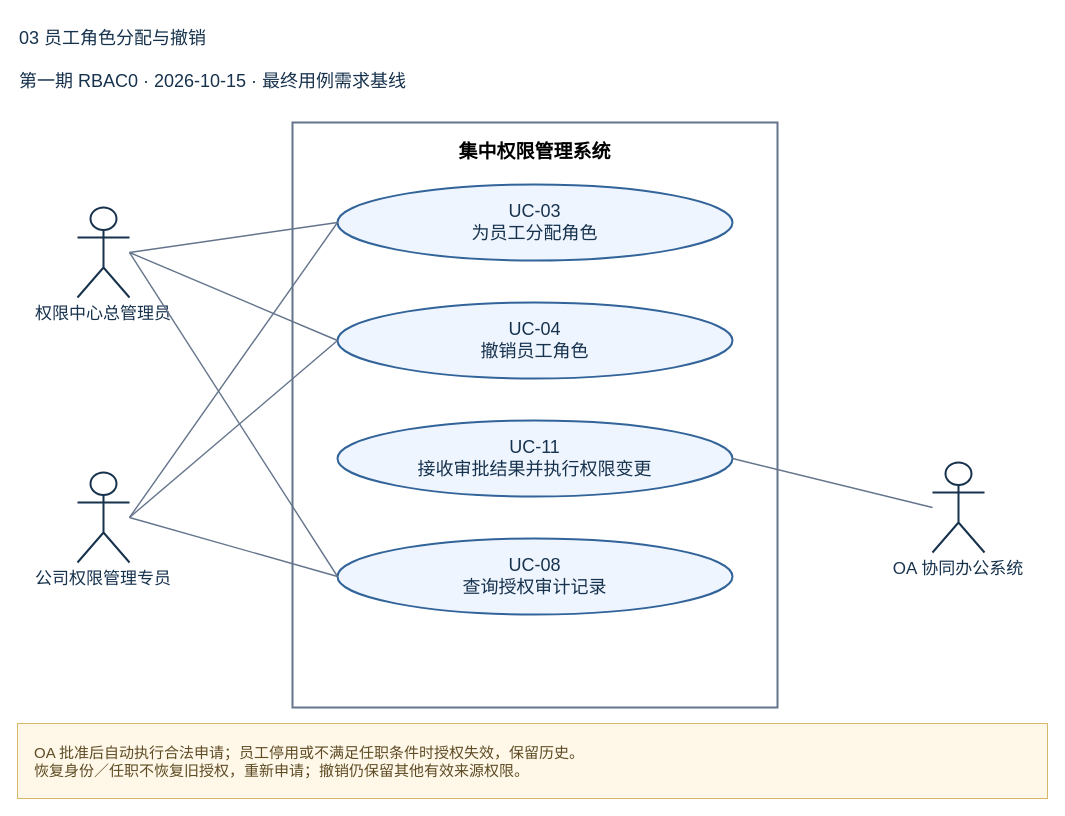
This is page "03 员工角色分配与撤销" (2 of 2) of docs/按用例分类/UC-04_撤销员工角色/相关用例图.drawio from Noah-hope/RBAC-admin, a draw.io file, before an edit. Source tidied: cells renumbered, new cells numbered last; positions are measured from the earlier drawing's top-left corner, leaving out a move shared by most shapes. Both pictures are drawn from the tidied source at 100%, with x=0, y=0 at pixel (17, 17).
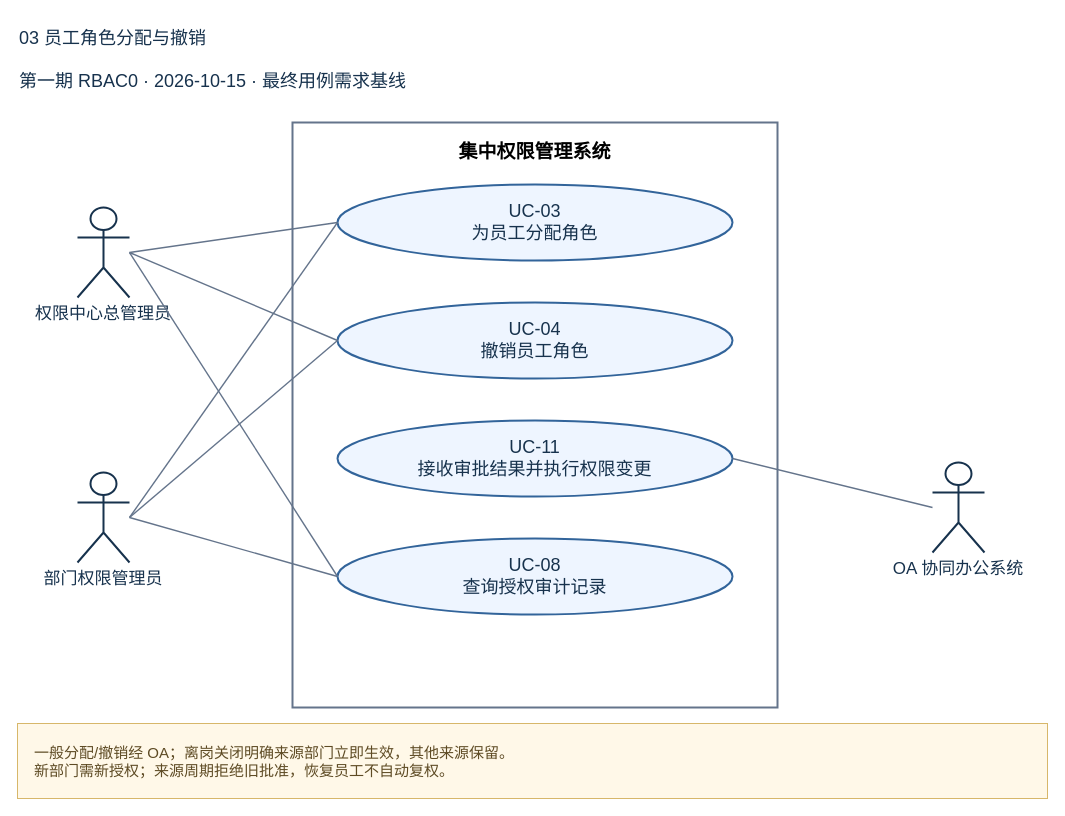
Above is the later version.

Change to the diagram source:
```diff
@@
 <mxGraphModel>
   <root>
     <mxCell id="0" />
     <mxCell id="1" parent="0" />
     <mxCell id="2" value="03 员工角色分配与撤销" style="text;html=0;align=left;verticalAlign=middle;whiteSpace=wrap;strokeColor=none;fillColor=none;fontSize=18;fontColor=#17324d;" parent="1" vertex="1">
       <mxGeometry width="1030" height="42" as="geometry" />
     </mxCell>
     <mxCell id="3" value="第一期 RBAC0 · 2026-10-15 · 最终用例需求基线" style="text;html=0;align=left;verticalAlign=middle;whiteSpace=wrap;strokeColor=none;fillColor=none;fontSize=18;fontColor=#17324d;" parent="1" vertex="1">
       <mxGeometry y="47" width="1030" height="34" as="geometry" />
     </mxCell>
     <mxCell id="4" value="集中权限管理系统" style="rounded=0;html=0;whiteSpace=wrap;fillColor=#ffffff;strokeColor=#64748b;strokeWidth=2;verticalAlign=top;align=center;spacingTop=12;fontStyle=1;fontSize=19;" parent="1" vertex="1">
       <mxGeometry x="275" y="105" width="485" height="585" as="geometry" />
     </mxCell>
     <mxCell id="5" value="UC-03&#10;为员工分配角色" style="ellipse;html=0;whiteSpace=wrap;fillColor=#eef5ff;strokeColor=#32649a;strokeWidth=2;fontSize=18;fontColor=#17324d;" parent="1" vertex="1">
       <mxGeometry x="320" y="167" width="395" height="76" as="geometry" />
     </mxCell>
     <mxCell id="6" value="UC-04&#10;撤销员工角色" style="ellipse;html=0;whiteSpace=wrap;fillColor=#eef5ff;strokeColor=#32649a;strokeWidth=2;fontSize=18;fontColor=#17324d;" parent="1" vertex="1">
       <mxGeometry x="320" y="285" width="395" height="76" as="geometry" />
     </mxCell>
     <mxCell id="7" value="UC-11&#10;接收审批结果并执行权限变更" style="ellipse;html=0;whiteSpace=wrap;fillColor=#eef5ff;strokeColor=#32649a;strokeWidth=2;fontSize=18;fontColor=#17324d;" parent="1" vertex="1">
       <mxGeometry x="320" y="403" width="395" height="76" as="geometry" />
     </mxCell>
     <mxCell id="8" value="UC-08&#10;查询授权审计记录" style="ellipse;html=0;whiteSpace=wrap;fillColor=#eef5ff;strokeColor=#32649a;strokeWidth=2;fontSize=18;fontColor=#17324d;" parent="1" vertex="1">
       <mxGeometry x="320" y="521" width="395" height="76" as="geometry" />
     </mxCell>
     <mxCell id="9" value="权限中心总管理员" style="shape=umlActor;html=0;verticalLabelPosition=bottom;verticalAlign=top;align=center;fillColor=#ffffff;strokeColor=#17324d;strokeWidth=2;fontSize=17;fontColor=#17324d;whiteSpace=wrap;labelWidth=190;" parent="1" vertex="1">
       <mxGeometry x="60" y="190" width="52" height="90" as="geometry" />
     </mxCell>
-    <mxCell id="10" value="公司权限管理专员" style="shape=umlActor;html=0;verticalLabelPosition=bottom;verticalAlign=top;align=center;fillColor=#ffffff;strokeColor=light-dark(#17324D,#FF0000);strokeWidth=2;fontSize=17;fontColor=#17324d;whiteSpace=wrap;labelWidth=190;" parent="1" vertex="1">
+    <mxCell id="10" value="部门权限管理员" style="shape=umlActor;html=0;verticalLabelPosition=bottom;verticalAlign=top;align=center;fillColor=#ffffff;strokeColor=light-dark(#17324D,#FF0000);strokeWidth=2;fontSize=17;fontColor=#17324d;whiteSpace=wrap;labelWidth=190;" parent="1" vertex="1">
       <mxGeometry x="60" y="455" width="52" height="90" as="geometry" />
     </mxCell>
     <mxCell id="11" value="OA 协同办公系统" style="shape=umlActor;html=0;verticalLabelPosition=bottom;verticalAlign=top;align=center;fillColor=#ffffff;strokeColor=#17324d;strokeWidth=2;fontSize=17;fontColor=#17324d;whiteSpace=wrap;labelWidth=190;" parent="1" vertex="1">
       <mxGeometry x="915" y="445" width="52" height="90" as="geometry" />
     </mxCell>
-    <mxCell id="12" value="OA 批准后自动执行合法申请；员工停用或不满足任职条件时授权失效，保留历史。&#10;恢复身份／任职不恢复旧授权，重新申请；撤销仍保留其他有效来源权限。" style="rounded=0;html=0;whiteSpace=wrap;align=left;spacingLeft=15;fillColor=#fff8e8;strokeColor=#d7b76a;fontColor=#5e4b24;fontSize=15;" parent="1" vertex="1">
+    <mxCell id="12" value="一般分配/撤销经 OA；离岗关闭明确来源部门立即生效，其他来源保留。&#10;新部门需新授权；来源周期拒绝旧批准，恢复员工不自动复权。" style="rounded=0;html=0;whiteSpace=wrap;align=left;spacingLeft=15;fillColor=#fff8e8;strokeColor=#d7b76a;fontColor=#5e4b24;fontSize=15;" parent="1" vertex="1">
       <mxGeometry y="706" width="1030" height="75" as="geometry" />
     </mxCell>
     <mxCell id="13" style="html=0;endArrow=none;startArrow=none;strokeColor=#64748b;strokeWidth=1.4;edgeStyle=none;noEdgeStyle=1;curved=0;rounded=0;exitX=1;exitY=0.5;entryX=0;entryY=0.5;exitPerimeter=0;entryPerimeter=0;" parent="1" edge="1" source="9" target="5">
       <mxGeometry relative="1" as="geometry" />
     </mxCell>
     <mxCell id="14" style="html=0;endArrow=none;startArrow=none;strokeColor=#64748b;strokeWidth=1.4;edgeStyle=none;noEdgeStyle=1;curved=0;rounded=0;exitX=1;exitY=0.5;entryX=0;entryY=0.5;exitPerimeter=0;entryPerimeter=0;" parent="1" edge="1" source="9" target="6">
       <mxGeometry relative="1" as="geometry" />
     </mxCell>
     <mxCell id="15" style="html=0;endArrow=none;startArrow=none;strokeColor=#64748b;strokeWidth=1.4;edgeStyle=none;noEdgeStyle=1;curved=0;rounded=0;exitX=1;exitY=0.5;entryX=0;entryY=0.5;exitPerimeter=0;entryPerimeter=0;" parent="1" edge="1" source="9" target="8">
       <mxGeometry relative="1" as="geometry" />
     </mxCell>
     <mxCell id="16" style="html=0;endArrow=none;startArrow=none;strokeColor=light-dark(#64748B,#FF0000);strokeWidth=1.4;edgeStyle=none;noEdgeStyle=1;curved=0;rounded=0;exitX=1;exitY=0.5;entryX=0;entryY=0.5;exitPerimeter=0;entryPerimeter=0;" parent="1" edge="1" source="10" target="5">
       <mxGeometry relative="1" as="geometry" />
     </mxCell>
     <mxCell id="17" style="html=0;endArrow=none;startArrow=none;strokeColor=light-dark(#64748B,#FF0000);strokeWidth=1.4;edgeStyle=none;noEdgeStyle=1;curved=0;rounded=0;exitX=1;exitY=0.5;entryX=0;entryY=0.5;exitPerimeter=0;entryPerimeter=0;" parent="1" edge="1" source="10" target="6">
       <mxGeometry relative="1" as="geometry" />
     </mxCell>
     <mxCell id="18" style="html=0;endArrow=none;startArrow=none;strokeColor=light-dark(#64748B,#FF0000);strokeWidth=1.4;edgeStyle=none;noEdgeStyle=1;curved=0;rounded=0;exitX=1;exitY=0.5;entryX=0;entryY=0.5;exitPerimeter=0;entryPerimeter=0;" parent="1" edge="1" source="10" target="8">
       <mxGeometry relative="1" as="geometry" />
     </mxCell>
     <mxCell id="19" style="html=0;endArrow=none;startArrow=none;strokeColor=#64748b;strokeWidth=1.4;edgeStyle=none;noEdgeStyle=1;curved=0;rounded=0;exitX=0;exitY=0.5;entryX=1;entryY=0.5;exitPerimeter=0;entryPerimeter=0;" parent="1" edge="1" source="11" target="7">
       <mxGeometry relative="1" as="geometry" />
     </mxCell>
   </root>
 </mxGraphModel>
```
